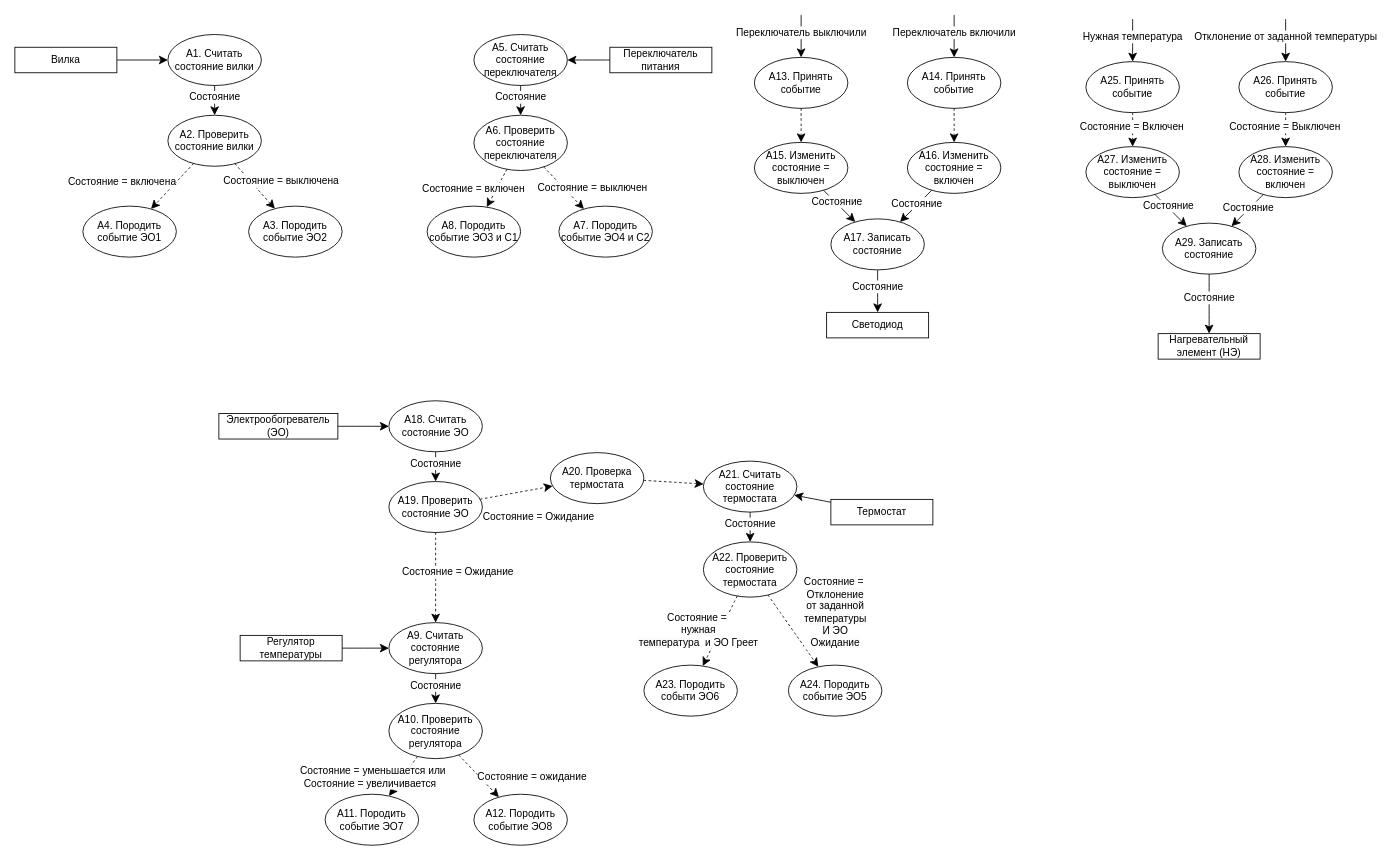
The draw.io diagram page "ДПДД" (5 of 5) of OOP/lab_05/lab_05.drawio in SerPan23/BMSTU_SEM_4, before the edit. Source tidied: cells renumbered, new cells numbered last; positions are measured from the earlier drawing's top-left corner, leaving out a move shared by most shapes. Both pictures are drawn from the tidied source at 85%, with x=0, y=0 at pixel (14, 14).
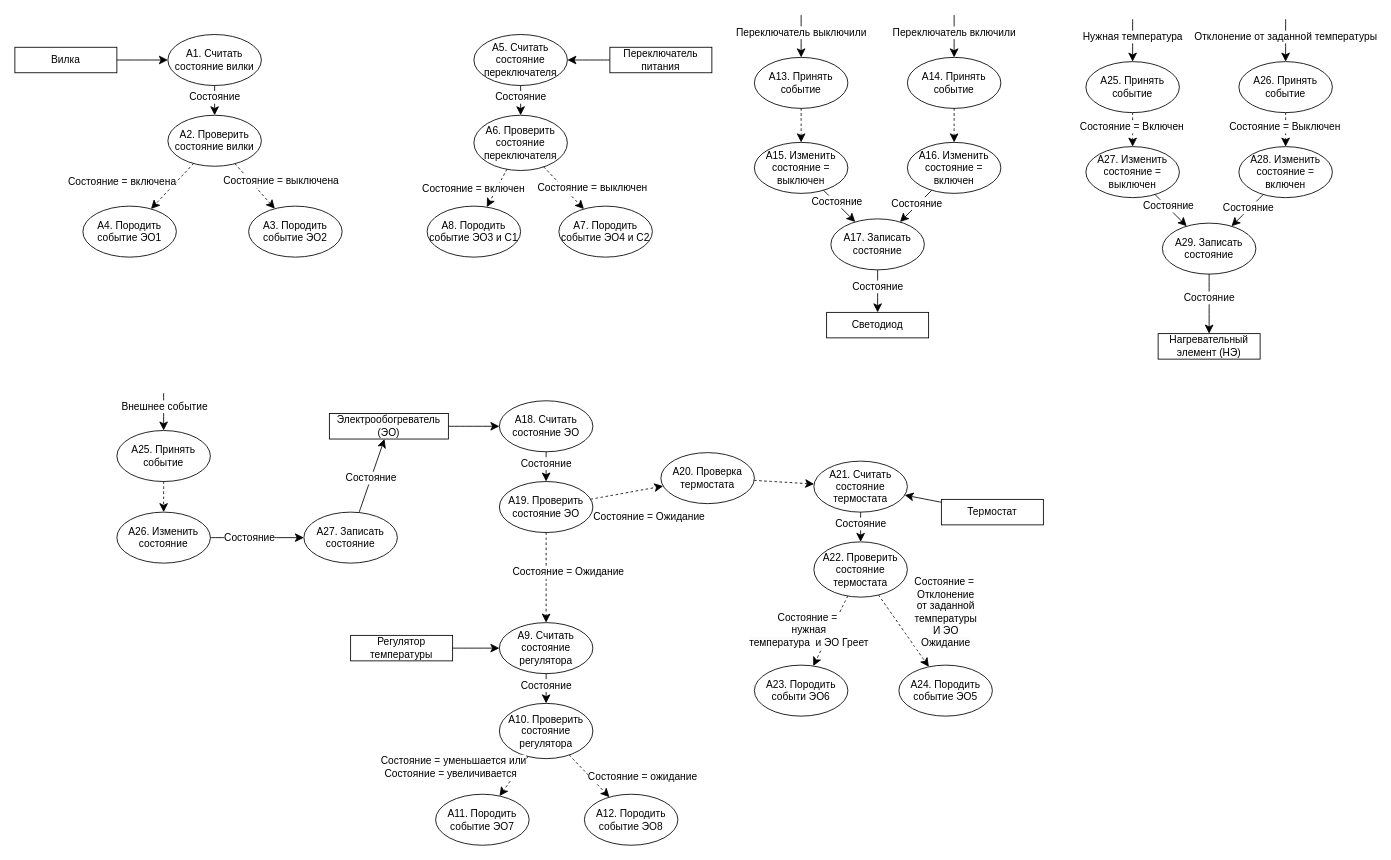
After the change.

Unchanged cells that the change refers to:
```xml
<mxCell id="32" style="endArrow=classic;html=1;rounded=0;fontSize=12;startSize=8;endSize=8;curved=1;dashed=1;" parent="1" edge="1" source="29" target="34">
  <mxGeometry relative="1" as="geometry" />
</mxCell>
```

The edit, as a diff of the source:
```diff
@@
     <mxCell id="26" value="Регулятор температуры" style="rounded=0;whiteSpace=wrap;html=1;" parent="1" vertex="1">
-      <mxGeometry x="265" y="730" width="120" height="30" as="geometry" />
+      <mxGeometry x="395" y="730" width="120" height="30" as="geometry" />
     </mxCell>
     <mxCell id="27" value="А9. Считать состояние регулятора" style="ellipse;whiteSpace=wrap;html=1;" parent="1" vertex="1">
-      <mxGeometry x="440" y="715" width="110" height="60" as="geometry" />
+      <mxGeometry x="570" y="715" width="110" height="60" as="geometry" />
     </mxCell>
@@
     <mxCell id="29" value="А10. Проверить состояние регулятора" style="ellipse;whiteSpace=wrap;html=1;" parent="1" vertex="1">
-      <mxGeometry x="440" y="810" width="110" height="65" as="geometry" />
+      <mxGeometry x="570" y="810" width="110" height="65" as="geometry" />
     </mxCell>
@@
     <mxCell id="33" value="Состояние = уменьшается или&lt;br&gt;&lt;div&gt;Состояние = увеличивается&amp;nbsp;&amp;nbsp;&lt;/div&gt;" style="edgeLabel;html=1;align=center;verticalAlign=middle;fontSize=12;" parent="32" vertex="1">
       <mxGeometry x="-0.06" y="1" relative="1" as="geometry">
-        <mxPoint x="-38" y="2" as="offset" />
+        <mxPoint x="-73" y="-10" as="offset" />
       </mxGeometry>
     </mxCell>
     <mxCell id="34" value="А11. Породить событие ЭО7" style="ellipse;whiteSpace=wrap;html=1;" parent="1" vertex="1">
-      <mxGeometry x="365" y="916.9" width="110" height="60" as="geometry" />
+      <mxGeometry x="495" y="916.9" width="110" height="60" as="geometry" />
     </mxCell>
     <mxCell id="35" value="А12. Породить событие ЭО8" style="ellipse;whiteSpace=wrap;html=1;" parent="1" vertex="1">
-      <mxGeometry x="540" y="916.9" width="110" height="60" as="geometry" />
+      <mxGeometry x="670" y="916.9" width="110" height="60" as="geometry" />
     </mxCell>
@@
     <mxCell id="56" value="Термостат" style="rounded=0;whiteSpace=wrap;html=1;" parent="1" vertex="1">
-      <mxGeometry x="960" y="570" width="120" height="30" as="geometry" />
+      <mxGeometry x="1090" y="570" width="120" height="30" as="geometry" />
     </mxCell>
     <mxCell id="57" value="А21. Считать состояние термостата" style="ellipse;whiteSpace=wrap;html=1;" parent="1" vertex="1">
-      <mxGeometry x="810" y="525" width="110" height="60" as="geometry" />
+      <mxGeometry x="940" y="525" width="110" height="60" as="geometry" />
     </mxCell>
@@
     <mxCell id="59" value="А22. Проверить состояние термостата" style="ellipse;whiteSpace=wrap;html=1;" parent="1" vertex="1">
-      <mxGeometry x="810" y="620" width="110" height="65" as="geometry" />
+      <mxGeometry x="940" y="620" width="110" height="65" as="geometry" />
     </mxCell>
@@
     <mxCell id="64" value="А24. Породить событие ЭО5" style="ellipse;whiteSpace=wrap;html=1;" parent="1" vertex="1">
-      <mxGeometry x="910" y="765" width="110" height="60" as="geometry" />
+      <mxGeometry x="1040" y="765" width="110" height="60" as="geometry" />
     </mxCell>
     <mxCell id="65" value="А23. Породить событи ЭО6" style="ellipse;whiteSpace=wrap;html=1;" parent="1" vertex="1">
-      <mxGeometry x="740" y="765" width="110" height="60" as="geometry" />
+      <mxGeometry x="870" y="765" width="110" height="60" as="geometry" />
     </mxCell>
@@
     <mxCell id="68" value="Электрообогреватель (ЭО)" style="rounded=0;whiteSpace=wrap;html=1;" parent="1" vertex="1">
-      <mxGeometry x="240" y="469" width="140" height="30" as="geometry" />
+      <mxGeometry x="370" y="469" width="140" height="30" as="geometry" />
     </mxCell>
     <mxCell id="69" value="А18. Считать состояние ЭО" style="ellipse;whiteSpace=wrap;html=1;" parent="1" vertex="1">
-      <mxGeometry x="440" y="454" width="110" height="60" as="geometry" />
+      <mxGeometry x="570" y="454" width="110" height="60" as="geometry" />
     </mxCell>
@@
     <mxCell id="71" value="А19. Проверить состояние ЭО" style="ellipse;whiteSpace=wrap;html=1;" parent="1" vertex="1">
-      <mxGeometry x="440" y="549" width="110" height="60" as="geometry" />
+      <mxGeometry x="570" y="549" width="110" height="60" as="geometry" />
     </mxCell>
@@
     <mxCell id="76" value="А20. Проверка термостата" style="ellipse;whiteSpace=wrap;html=1;" parent="1" vertex="1">
-      <mxGeometry x="630" y="515" width="110" height="60" as="geometry" />
+      <mxGeometry x="760" y="515" width="110" height="60" as="geometry" />
     </mxCell>
@@
+    <mxCell id="100" value="А25. Принять событие" style="ellipse;whiteSpace=wrap;html=1;" parent="1" vertex="1">
+      <mxGeometry x="120" y="489" width="110" height="60" as="geometry" />
+    </mxCell>
+    <mxCell id="101" value="А26. Изменить состояние" style="ellipse;whiteSpace=wrap;html=1;" parent="1" vertex="1">
+      <mxGeometry x="120" y="585" width="110" height="60" as="geometry" />
+    </mxCell>
+    <mxCell id="102" value="А27. Записать состояние" style="ellipse;whiteSpace=wrap;html=1;" parent="1" vertex="1">
+      <mxGeometry x="340" y="585" width="110" height="60" as="geometry" />
+    </mxCell>
+    <mxCell id="103" style="endArrow=classic;html=1;rounded=0;fontSize=12;startSize=8;endSize=8;curved=1;" parent="1" edge="1" source="101" target="102">
+      <mxGeometry relative="1" as="geometry" />
+    </mxCell>
+    <mxCell id="104" value="Состояние" style="edgeLabel;html=1;align=center;verticalAlign=middle;fontSize=12;" parent="103" vertex="1">
+      <mxGeometry x="-0.19" relative="1" as="geometry" />
+    </mxCell>
+    <mxCell id="105" style="endArrow=classic;html=1;rounded=0;fontSize=12;startSize=8;endSize=8;curved=1;" parent="1" edge="1" source="102" target="68">
+      <mxGeometry relative="1" as="geometry" />
+    </mxCell>
+    <mxCell id="106" value="Состояние" style="edgeLabel;html=1;align=center;verticalAlign=middle;fontSize=12;" parent="105" vertex="1">
+      <mxGeometry x="-0.05" relative="1" as="geometry" />
+    </mxCell>
+    <mxCell id="107" style="endArrow=classic;html=1;rounded=0;fontSize=12;startSize=8;endSize=8;curved=1;dashed=1;" parent="1" edge="1" source="100" target="101">
+      <mxGeometry relative="1" as="geometry" />
+    </mxCell>
+    <mxCell id="108" style="endArrow=classic;html=1;rounded=0;fontSize=12;startSize=8;endSize=8;curved=1;" parent="1" edge="1" target="100">
+      <mxGeometry relative="1" as="geometry">
+        <mxPoint x="175" y="445" as="sourcePoint" />
+      </mxGeometry>
+    </mxCell>
+    <mxCell id="109" value="Внешнее событие" style="edgeLabel;html=1;align=center;verticalAlign=middle;fontSize=12;" parent="108" vertex="1">
+      <mxGeometry x="-0.33" relative="1" as="geometry" />
+    </mxCell>
```
